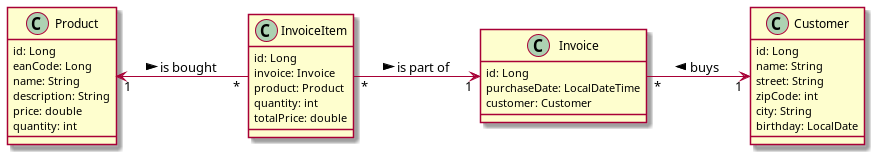
This is asciidocs/images/cld.png from 2122-5ahif-nvs/02-microproject-MoritzEichhorn, a PlantUML export, as it was before one commit. Its diagram source:
```plantuml
@startuml
left to right direction
Class Customer {
    id: Long
    name: String
    street: String
    zipCode: int
    city: String
    birthday: LocalDate
}

Class Product {
    id: Long
    eanCode: Long
    name: String
    description: String
    price: double
    quantity: int
}

Class InvoiceItem {
    id: Long
    invoice: Invoice
    product: Product
    quantity: int
    totalPrice: double
}

Class Invoice {
    id: Long
    purchaseDate: LocalDateTime
    customer: Customer
}

Invoice "*" --> "1" Customer : buys <
Product "1" <-- "*" InvoiceItem : is bought >
InvoiceItem "*" --> "1" Invoice : is part of >
@enduml
```
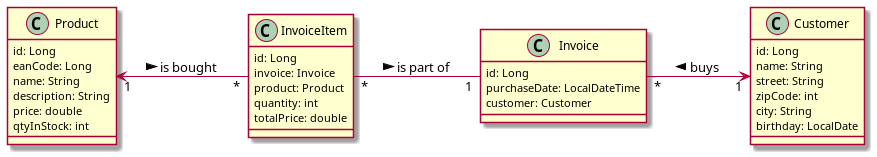
Above is the later version.

Commit message:
Eichhorn - Rename quantity of product in cld and entity

Change to the diagram source:
```diff
@@ -15,7 +15,7 @@
     name: String
     description: String
     price: double
-    quantity: int
+    qtyInStock: int
 }
 
 Class InvoiceItem {
@@ -34,5 +34,5 @@
 
 Invoice "*" --> "1" Customer : buys <
 Product "1" <-- "*" InvoiceItem : is bought >
-InvoiceItem "*" --> "1" Invoice : is part of >
+InvoiceItem "*" -- "1" Invoice : is part of >
 @enduml
```
